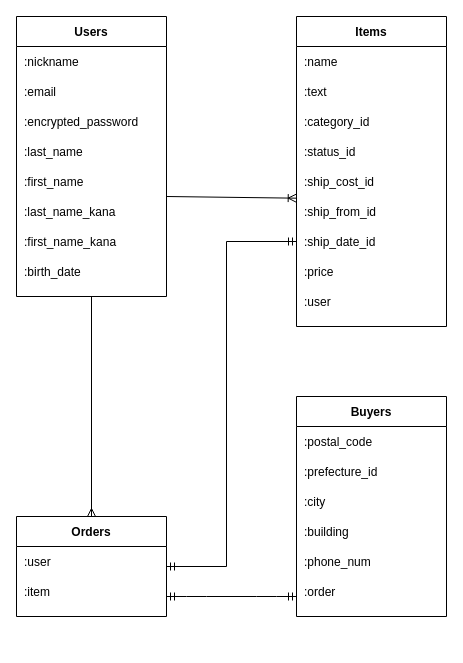
Before: DB設計.dio in emisuke0301/furima-35227, a draw.io diagram. Source tidied: cells renumbered, new cells numbered last; positions are measured from the earlier drawing's top-left corner, leaving out a move shared by most shapes. Both pictures are drawn from the tidied source at 100%, with x=0, y=0 at pixel (16, 16).
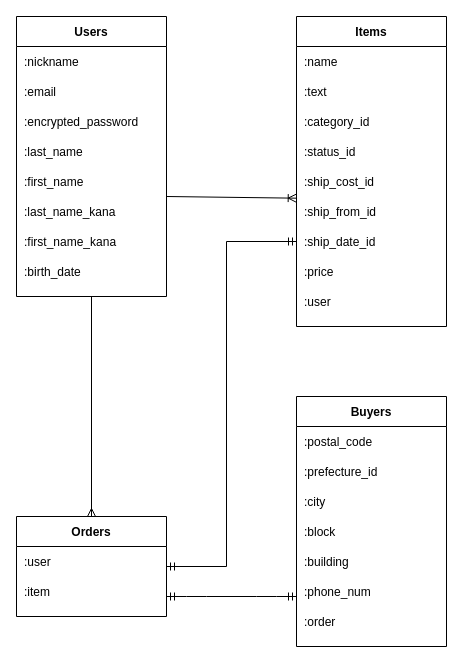
The same page after the edit.

Commit message (it also covers changes not shown here):
番地カラムの追加

The edit, as a diff of the source:
```diff
@@
     <mxCell id="44" value="Buyers" style="shape=table;startSize=30;childLayout=tableLayout;rowLines=0;fontStyle=1;align=center;" parent="1" vertex="1">
-      <mxGeometry x="280" y="380" width="150" height="220" as="geometry" />
+      <mxGeometry x="280" y="380" width="150" height="250" as="geometry" />
     </mxCell>
@@
+    <mxCell id="60" style="shape=partialRectangle;fillColor=none;top=0;left=0;bottom=0;right=0;" parent="44" vertex="1">
+      <mxGeometry y="120" width="150" height="30" as="geometry" />
+    </mxCell>
+    <mxCell id="61" value=":block" style="shape=partialRectangle;fillColor=none;top=0;left=0;bottom=0;right=0;align=left;spacingLeft=6;overflow=hidden;" parent="60" vertex="1">
+      <mxGeometry width="150" height="30" as="geometry" />
+    </mxCell>
     <mxCell id="51" style="shape=partialRectangle;fillColor=none;top=0;left=0;bottom=0;right=0;" parent="44" vertex="1">
-      <mxGeometry y="120" width="150" height="30" as="geometry" />
+      <mxGeometry y="150" width="150" height="30" as="geometry" />
     </mxCell>
@@
     <mxCell id="53" style="shape=partialRectangle;fillColor=none;top=0;left=0;bottom=0;right=0;" parent="44" vertex="1">
-      <mxGeometry y="150" width="150" height="30" as="geometry" />
+      <mxGeometry y="180" width="150" height="30" as="geometry" />
     </mxCell>
@@
     <mxCell id="55" style="shape=partialRectangle;fillColor=none;top=0;left=0;bottom=0;right=0;" parent="44" vertex="1">
-      <mxGeometry y="180" width="150" height="30" as="geometry" />
+      <mxGeometry y="210" width="150" height="30" as="geometry" />
     </mxCell>
```
